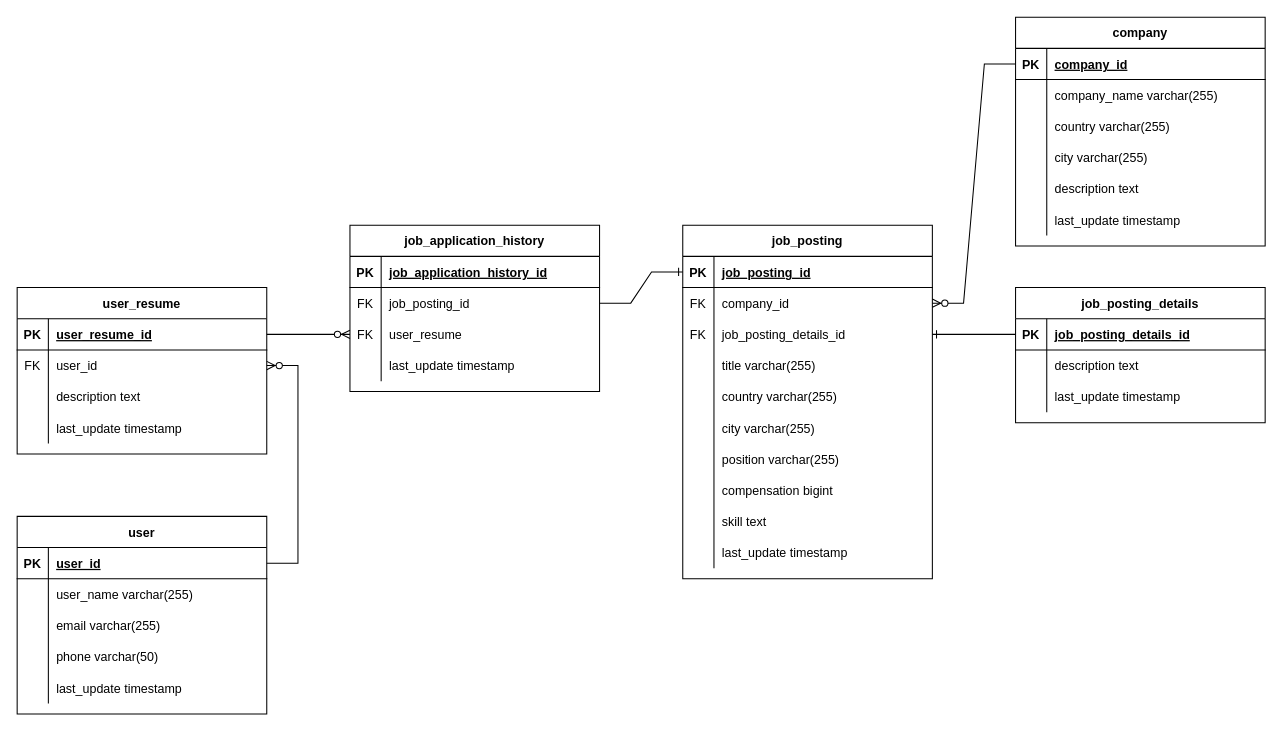
The draw.io diagram document/ERD.drawio in O0oO0Oo/wanted-pre-onboarding-backend, before the edit. Source tidied: cells renumbered, new cells numbered last; positions are measured from the earlier drawing's top-left corner, leaving out a move shared by most shapes. Both pictures are drawn from the tidied source at 104%, with x=0, y=0 at pixel (17, 17).
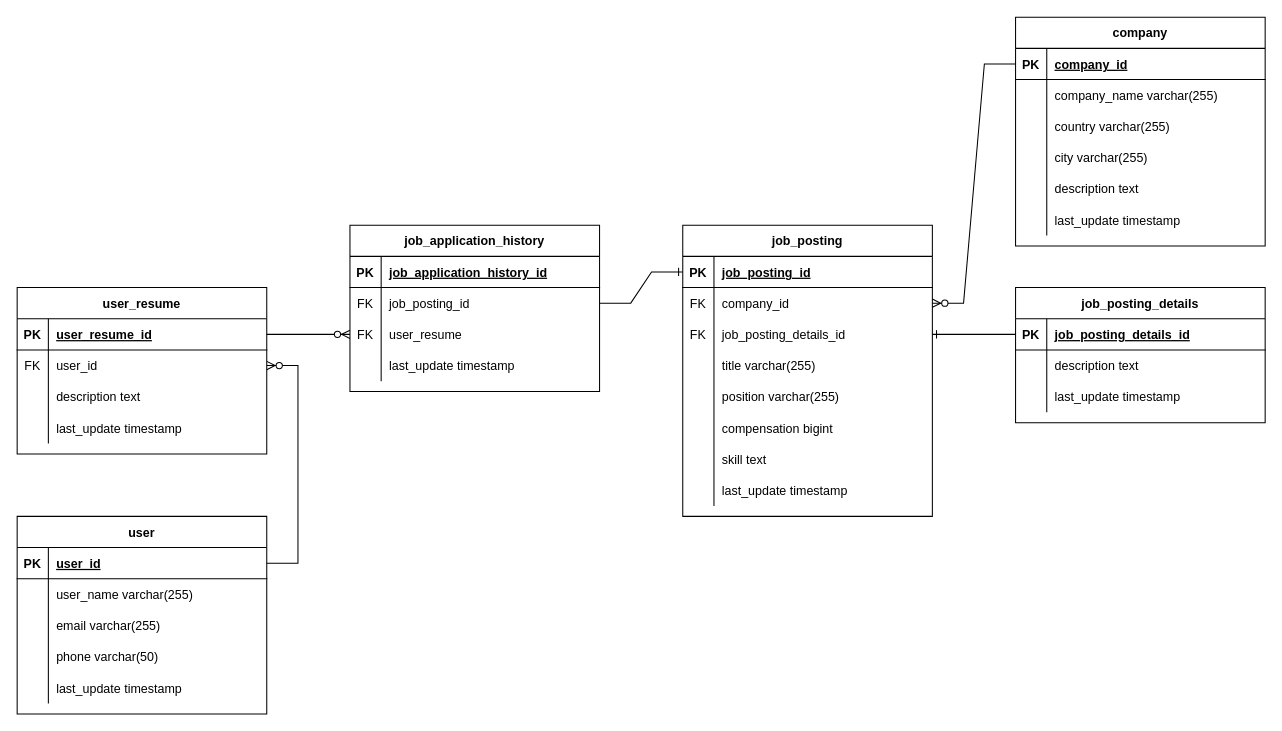
The same page after the edit.

Commit message:
refactor: ERD.drawio - job_posting 테이블 country, city 삭제

What changed in the source:
```diff
@@
     <mxCell id="2" value="job_posting" style="shape=table;startSize=30;childLayout=tableLayout;rowLines=0;fontStyle=1;align=center;" parent="1" vertex="1">
-      <mxGeometry x="640" y="200" width="240" height="340" as="geometry" />
+      <mxGeometry x="640" y="200" width="240" height="280" as="geometry" />
     </mxCell>
@@
-    <mxCell id="15" style="shape=partialRectangle;fillColor=none;top=0;left=0;right=0;bottom=0;" parent="2" vertex="1">
-      <mxGeometry y="150" width="240" height="30" as="geometry" />
-    </mxCell>
-    <mxCell id="16" style="shape=partialRectangle;overflow=hidden;fillColor=none;top=0;left=0;bottom=0;right=0;" parent="15" vertex="1">
-      <mxGeometry width="30" height="30" as="geometry" />
-    </mxCell>
-    <mxCell id="17" value="country varchar(255)" style="shape=partialRectangle;overflow=hidden;fillColor=none;top=0;left=0;bottom=0;right=0;align=left;spacingLeft=6;" parent="15" vertex="1">
-      <mxGeometry x="30" width="210" height="30" as="geometry" />
-    </mxCell>
-    <mxCell id="18" style="shape=partialRectangle;fillColor=none;top=0;left=0;right=0;bottom=0;" parent="2" vertex="1">
-      <mxGeometry y="180" width="240" height="30" as="geometry" />
-    </mxCell>
-    <mxCell id="19" style="shape=partialRectangle;overflow=hidden;fillColor=none;top=0;left=0;bottom=0;right=0;" parent="18" vertex="1">
-      <mxGeometry width="30" height="30" as="geometry" />
-    </mxCell>
-    <mxCell id="20" value="city varchar(255)" style="shape=partialRectangle;overflow=hidden;fillColor=none;top=0;left=0;bottom=0;right=0;align=left;spacingLeft=6;" parent="18" vertex="1">
-      <mxGeometry x="30" width="210" height="30" as="geometry" />
-    </mxCell>
     <mxCell id="21" style="shape=partialRectangle;fillColor=none;top=0;left=0;right=0;bottom=0;" parent="2" vertex="1">
-      <mxGeometry y="210" width="240" height="30" as="geometry" />
+      <mxGeometry y="150" width="240" height="30" as="geometry" />
     </mxCell>
@@
     <mxCell id="24" style="shape=partialRectangle;fillColor=none;top=0;left=0;right=0;bottom=0;" parent="2" vertex="1">
-      <mxGeometry y="240" width="240" height="30" as="geometry" />
+      <mxGeometry y="180" width="240" height="30" as="geometry" />
     </mxCell>
@@
     <mxCell id="27" style="shape=partialRectangle;fillColor=none;top=0;left=0;right=0;bottom=0;" parent="2" vertex="1">
-      <mxGeometry y="270" width="240" height="30" as="geometry" />
+      <mxGeometry y="210" width="240" height="30" as="geometry" />
     </mxCell>
@@
     <mxCell id="30" style="shape=partialRectangle;fillColor=none;top=0;left=0;right=0;bottom=0;" parent="2" vertex="1">
-      <mxGeometry y="300" width="240" height="30" as="geometry" />
+      <mxGeometry y="240" width="240" height="30" as="geometry" />
     </mxCell>
```
